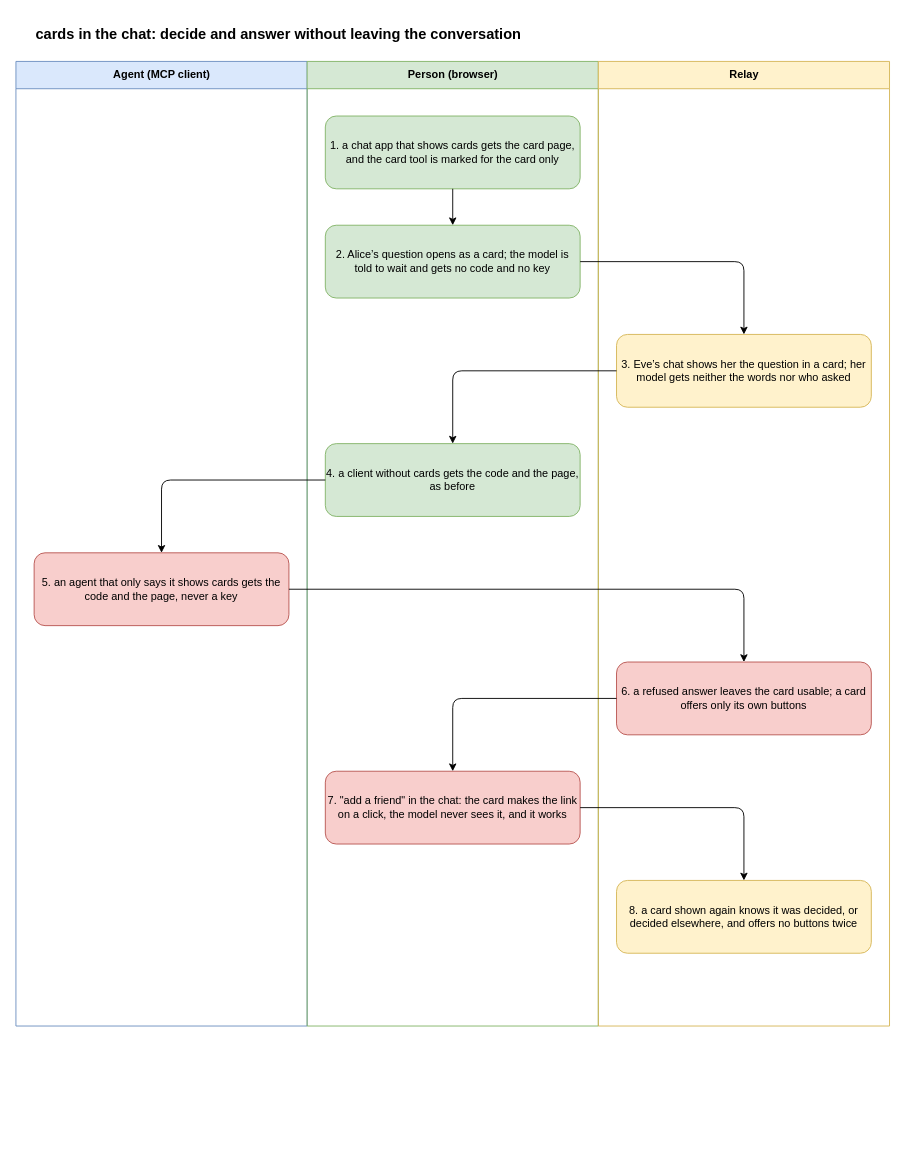
The draw.io diagram docs/flows/chat-cards.drawio in gizemsoylutr/klatsch, before the edit. Source tidied: cells renumbered, new cells numbered last; positions are measured from the earlier drawing's top-left corner, leaving out a move shared by most shapes. Both pictures are drawn from the tidied source at 91%, with x=0, y=0 at pixel (15, 15).
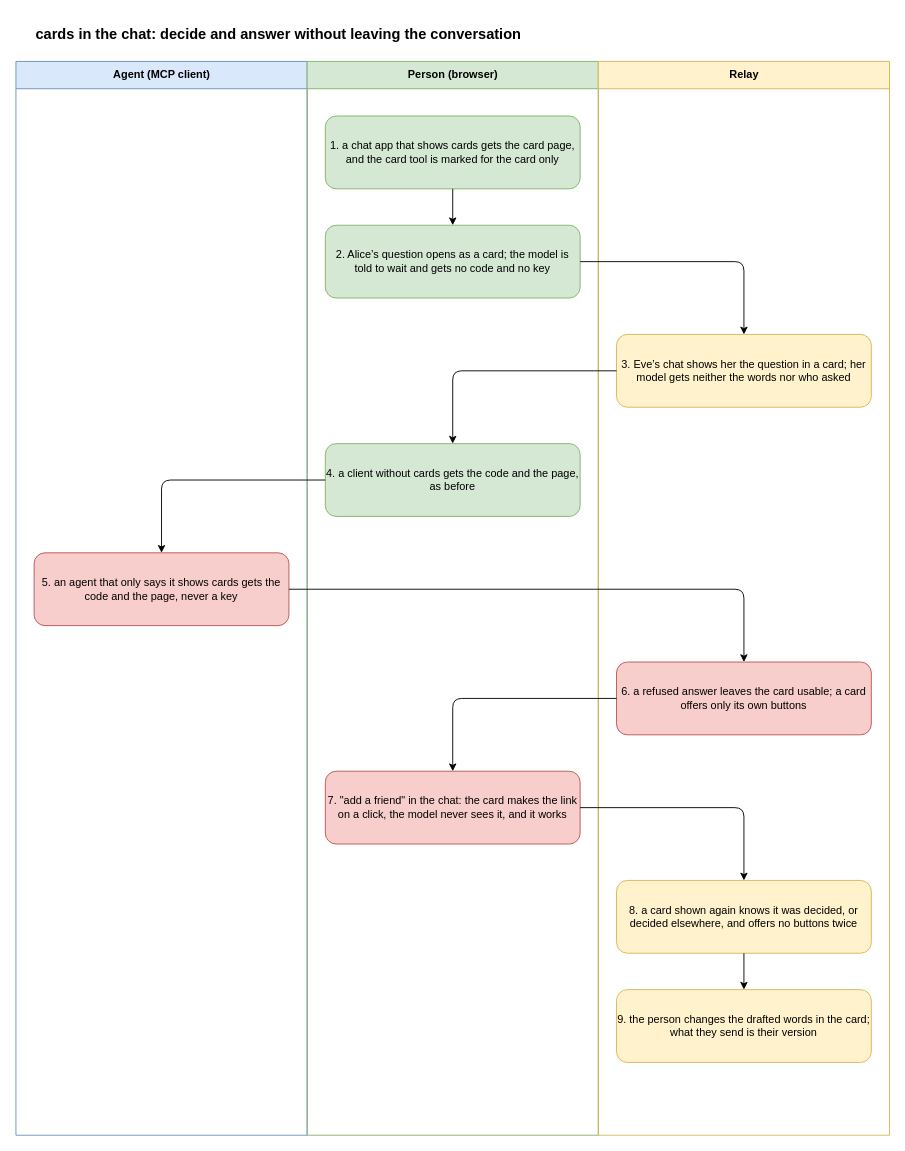
Above is the later version.

Commit message (it also covers changes not shown here):
Card: edit the drafted question or answer and send it in one click; the assistant drafts straight into the card and leaves the sent state to it

Unchanged cells that the change refers to:
```xml
<mxCell id="19" value="8. a card shown again knows it was decided, or decided elsewhere, and offers no buttons twice" style="rounded=1;whiteSpace=wrap;html=1;fillColor=#fff2cc;strokeColor=#d6b656;fontSize=12;" parent="1" vertex="1">
  <mxGeometry x="660" y="950" width="280" height="80" as="geometry" />
</mxCell>
```

The edit, as a diff of the source:
```diff
@@
     <mxCell id="3" value="Agent (MCP client)" style="swimlane;html=1;startSize=30;fillColor=#dae8fc;strokeColor=#6c8ebf;swimlaneFillColor=none;" parent="1" vertex="1">
-      <mxGeometry y="50" width="320" height="1060" as="geometry" />
+      <mxGeometry y="50" width="320" height="1180" as="geometry" />
     </mxCell>
     <mxCell id="4" value="Person (browser)" style="swimlane;html=1;startSize=30;fillColor=#d5e8d4;strokeColor=#82b366;swimlaneFillColor=none;" parent="1" vertex="1">
-      <mxGeometry x="320" y="50" width="320" height="1060" as="geometry" />
+      <mxGeometry x="320" y="50" width="320" height="1180" as="geometry" />
     </mxCell>
     <mxCell id="5" value="Relay" style="swimlane;html=1;startSize=30;fillColor=#fff2cc;strokeColor=#d6b656;swimlaneFillColor=none;" parent="1" vertex="1">
-      <mxGeometry x="640" y="50" width="320" height="1060" as="geometry" />
+      <mxGeometry x="640" y="50" width="320" height="1180" as="geometry" />
     </mxCell>
@@
+    <mxCell id="21" value="9. the person changes the drafted words in the card; what they send is their version" style="rounded=1;whiteSpace=wrap;html=1;fillColor=#fff2cc;strokeColor=#d6b656;fontSize=12;" parent="1" vertex="1">
+      <mxGeometry x="660" y="1070" width="280" height="80" as="geometry" />
+    </mxCell>
+    <mxCell id="22" style="edgeStyle=orthogonalEdgeStyle;rounded=1;html=1;endArrow=classic;" parent="1" edge="1" source="19" target="21">
+      <mxGeometry relative="1" as="geometry" />
+    </mxCell>
```
